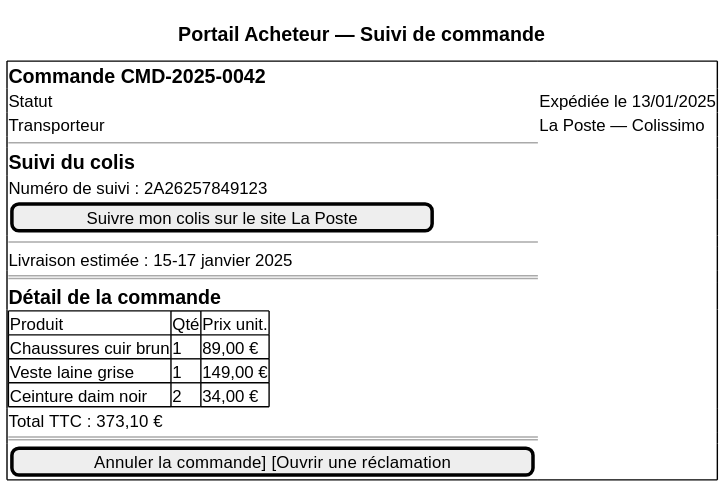
Before: architecture/04-physical-architecture/diagrams/ihm-pa-suivi-commande.svg, a diagram exported from PlantUML (louistalvande/online_shop). Source of this version:
```plantuml
@startsalt
title Portail Acheteur — Suivi de commande

{+
  == Commande CMD-2025-0042
  Statut    | Expédiée le 13/01/2025
  Transporteur | La Poste — Colissimo
  --
  == Suivi du colis
  Numéro de suivi : 2A26257849123
  [Suivre mon colis sur le site La Poste]
  --
  Livraison estimée : 15-17 janvier 2025
  ==
  == Détail de la commande
  {#
    Produit              | Qté | Prix unit.
    Chaussures cuir brun | 1   | 89,00 €
    Veste laine grise    | 1   | 149,00 €
    Ceinture daim noir   | 2   | 34,00 €
  }
  Total TTC : 373,10 €
  ==
  [Annuler la commande]   [Ouvrir une réclamation]
}
@endsalt
```
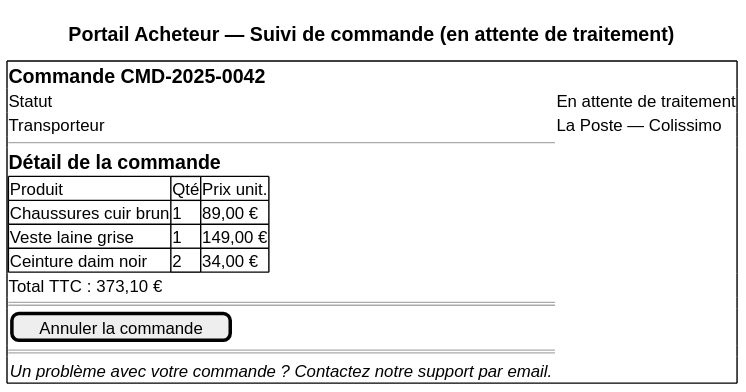
The same file after the commit.

The edit, as a diff of the source:
```diff
@@ -1,17 +1,12 @@
-@startsalt
-title Portail Acheteur — Suivi de commande
+@startuml
+salt
+title Portail Acheteur — Suivi de commande (en attente de traitement)
 
 {+
   == Commande CMD-2025-0042
-  Statut    | Expédiée le 13/01/2025
+  Statut    | En attente de traitement
   Transporteur | La Poste — Colissimo
   --
-  == Suivi du colis
-  Numéro de suivi : 2A26257849123
-  [Suivre mon colis sur le site La Poste]
-  --
-  Livraison estimée : 15-17 janvier 2025
-  ==
   == Détail de la commande
   {#
     Produit              | Qté | Prix unit.
@@ -21,6 +16,10 @@
   }
   Total TTC : 373,10 €
   ==
-  [Annuler la commande]   [Ouvrir une réclamation]
+  [Annuler la commande]
+  ==
+  {
+    <i>Un problème avec votre commande ? Contactez notre support par email.
+  }
 }
-@endsalt
+@enduml
```
